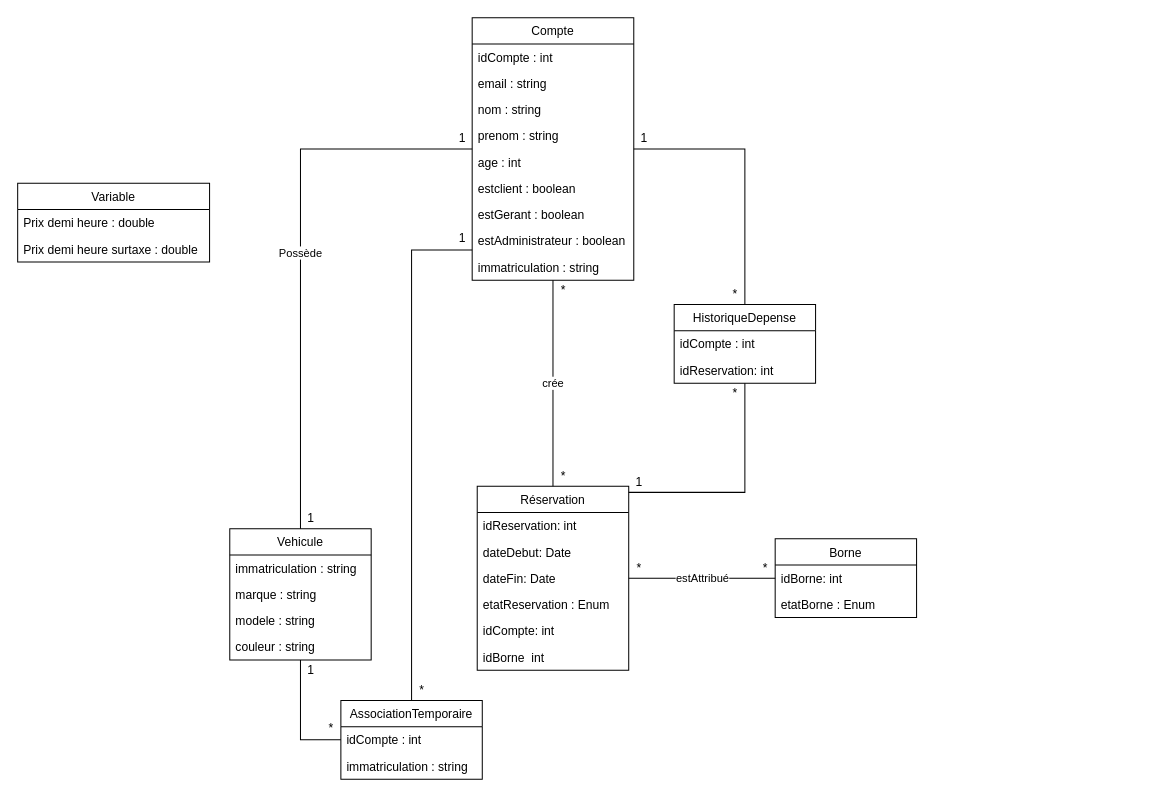
Earlier version of the draw.io diagram Conception/bdd.drawio (Eoloc/Genie_Logiciel_Projet_2022). Source tidied: cells renumbered, new cells numbered last; positions are measured from the earlier drawing's top-left corner, leaving out a move shared by most shapes. Both pictures are drawn from the tidied source at 101%, with x=0, y=0 at pixel (17, 17).
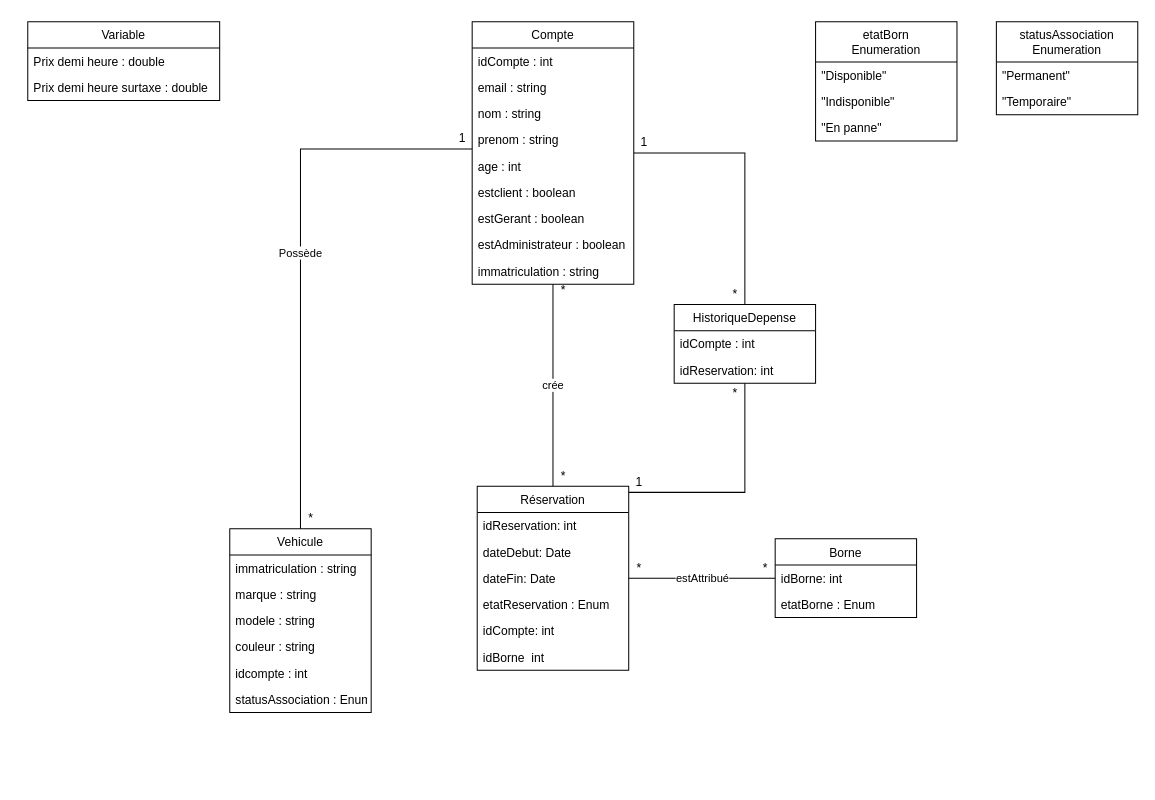
The same page after the edit.

Commit message (it also covers changes not shown here):
Modification de la base de donnée

Suppression de la table associant une voiture et un client.
Ajout d'un champ idCompte dans la table Vehicule avec le status

Change to the diagram source:
```diff
@@
     <mxCell id="2" value="Variable" style="swimlane;fontStyle=0;horizontal=1;startSize=26;fillColor=none;" parent="1" vertex="1">
-      <mxGeometry y="164" width="190" height="78" as="geometry" />
+      <mxGeometry x="10" y="4" width="190" height="78" as="geometry" />
     </mxCell>
@@
-    <mxCell id="8" style="edgeStyle=orthogonalEdgeStyle;rounded=0;jettySize=auto;html=1;endArrow=none;endFill=0;" parent="1" edge="1" source="10" target="26">
-      <mxGeometry relative="1" as="geometry">
-        <Array as="points">
-          <mxPoint x="390" y="230" />
-        </Array>
-      </mxGeometry>
-    </mxCell>
@@
     <mxCell id="10" value="Compte" style="swimlane;fontStyle=0;horizontal=1;startSize=26;fillColor=none;" parent="1" vertex="1">
-      <mxGeometry x="450" width="160" height="260" as="geometry" />
+      <mxGeometry x="450" y="4" width="160" height="260" as="geometry" />
     </mxCell>
@@
     <mxCell id="20" value="Vehicule" style="swimlane;fontStyle=0;horizontal=1;startSize=26;fillColor=none;" parent="1" vertex="1">
-      <mxGeometry x="210" y="506" width="140" height="130" as="geometry" />
+      <mxGeometry x="210" y="506" width="140" height="182" as="geometry" />
     </mxCell>
@@
-    <mxCell id="25" style="edgeStyle=orthogonalEdgeStyle;rounded=0;jettySize=auto;html=1;endArrow=none;endFill=0;" parent="1" edge="1" source="26" target="20">
-      <mxGeometry relative="1" as="geometry">
-        <Array as="points">
-          <mxPoint x="280" y="715" />
-        </Array>
-      </mxGeometry>
-    </mxCell>
-    <mxCell id="26" value="AssociationTemporaire" style="swimlane;fontStyle=0;horizontal=1;startSize=26;fillColor=none;" parent="1" vertex="1">
-      <mxGeometry x="320" y="676" width="140" height="78" as="geometry" />
-    </mxCell>
-    <mxCell id="27" value="idCompte : int" style="text;strokeColor=none;fillColor=none;align=left;verticalAlign=top;spacingLeft=4;spacingRight=4;overflow=hidden;" parent="26" vertex="1">
-      <mxGeometry y="26" width="140" height="26" as="geometry" />
-    </mxCell>
-    <mxCell id="28" value="immatriculation : string" style="text;strokeColor=none;fillColor=none;align=left;verticalAlign=top;spacingLeft=4;spacingRight=4;overflow=hidden;" parent="26" vertex="1">
-      <mxGeometry y="52" width="140" height="26" as="geometry" />
-    </mxCell>
+    <mxCell id="57" value="idcompte : int" style="text;strokeColor=none;fillColor=none;align=left;verticalAlign=top;spacingLeft=4;spacingRight=4;overflow=hidden;" parent="20" vertex="1">
+      <mxGeometry y="130" width="140" height="26" as="geometry" />
+    </mxCell>
+    <mxCell id="58" value="statusAssociation : Enum" style="text;strokeColor=none;fillColor=none;align=left;verticalAlign=top;spacingLeft=4;spacingRight=4;overflow=hidden;" parent="20" vertex="1">
+      <mxGeometry y="156" width="140" height="26" as="geometry" />
+    </mxCell>
@@
-    <mxCell id="35" value="*" style="text;html=1;align=center;verticalAlign=middle;strokeColor=none;" parent="1" vertex="1">
-      <mxGeometry x="390" y="656" width="20" height="20" as="geometry" />
-    </mxCell>
-    <mxCell id="36" value="*" style="text;html=1;align=center;verticalAlign=middle;strokeColor=none;" parent="1" vertex="1">
-      <mxGeometry x="300" y="694" width="20" height="20" as="geometry" />
-    </mxCell>
@@
-    <mxCell id="45" value="1" style="text;html=1;align=center;verticalAlign=middle;strokeColor=none;fillColor=none;" parent="1" vertex="1">
-      <mxGeometry x="280" y="636" width="20" height="20" as="geometry" />
-    </mxCell>
-    <mxCell id="46" value="1" style="text;html=1;align=center;verticalAlign=middle;strokeColor=none;fillColor=none;" parent="1" vertex="1">
-      <mxGeometry x="430" y="209" width="20" height="20" as="geometry" />
-    </mxCell>
@@
     <mxCell id="54" value="1" style="text;html=1;align=center;verticalAlign=middle;strokeColor=none;fillColor=none;" parent="1" vertex="1">
-      <mxGeometry x="610" y="110" width="20" height="20" as="geometry" />
+      <mxGeometry x="610" y="114" width="20" height="20" as="geometry" />
     </mxCell>
-    <mxCell id="55" value="1" style="text;html=1;align=center;verticalAlign=middle;strokeColor=none;fillColor=none;" parent="1" vertex="1">
+    <mxCell id="55" value="*" style="text;html=1;align=center;verticalAlign=middle;strokeColor=none;fillColor=none;" parent="1" vertex="1">
       <mxGeometry x="280" y="486" width="20" height="20" as="geometry" />
     </mxCell>
@@
+    <mxCell id="59" value="etatBorn&#10;Enumeration" style="swimlane;fontStyle=0;horizontal=1;startSize=40;fillColor=none;" parent="1" vertex="1">
+      <mxGeometry x="790" y="4" width="140" height="118" as="geometry" />
+    </mxCell>
+    <mxCell id="60" value="&quot;Disponible&quot;" style="text;strokeColor=none;fillColor=none;align=left;verticalAlign=top;spacingLeft=4;spacingRight=4;overflow=hidden;" parent="59" vertex="1">
+      <mxGeometry y="40" width="140" height="26" as="geometry" />
+    </mxCell>
+    <mxCell id="61" value="&quot;Indisponible&quot;" style="text;strokeColor=none;fillColor=none;align=left;verticalAlign=top;spacingLeft=4;spacingRight=4;overflow=hidden;" parent="59" vertex="1">
+      <mxGeometry y="66" width="140" height="26" as="geometry" />
+    </mxCell>
+    <mxCell id="62" value="&quot;En panne&quot;" style="text;strokeColor=none;fillColor=none;align=left;verticalAlign=top;spacingLeft=4;spacingRight=4;overflow=hidden;" parent="59" vertex="1">
+      <mxGeometry y="92" width="140" height="26" as="geometry" />
+    </mxCell>
+    <mxCell id="63" value="statusAssociation&#10;Enumeration" style="swimlane;fontStyle=0;horizontal=1;startSize=40;fillColor=none;" parent="1" vertex="1">
+      <mxGeometry x="969" y="4" width="140" height="92" as="geometry" />
+    </mxCell>
+    <mxCell id="64" value="&quot;Permanent&quot;" style="text;strokeColor=none;fillColor=none;align=left;verticalAlign=top;spacingLeft=4;spacingRight=4;overflow=hidden;" parent="63" vertex="1">
+      <mxGeometry y="40" width="140" height="26" as="geometry" />
+    </mxCell>
+    <mxCell id="65" value="&quot;Temporaire&quot;" style="text;strokeColor=none;fillColor=none;align=left;verticalAlign=top;spacingLeft=4;spacingRight=4;overflow=hidden;" parent="63" vertex="1">
+      <mxGeometry y="66" width="140" height="26" as="geometry" />
+    </mxCell>
```
